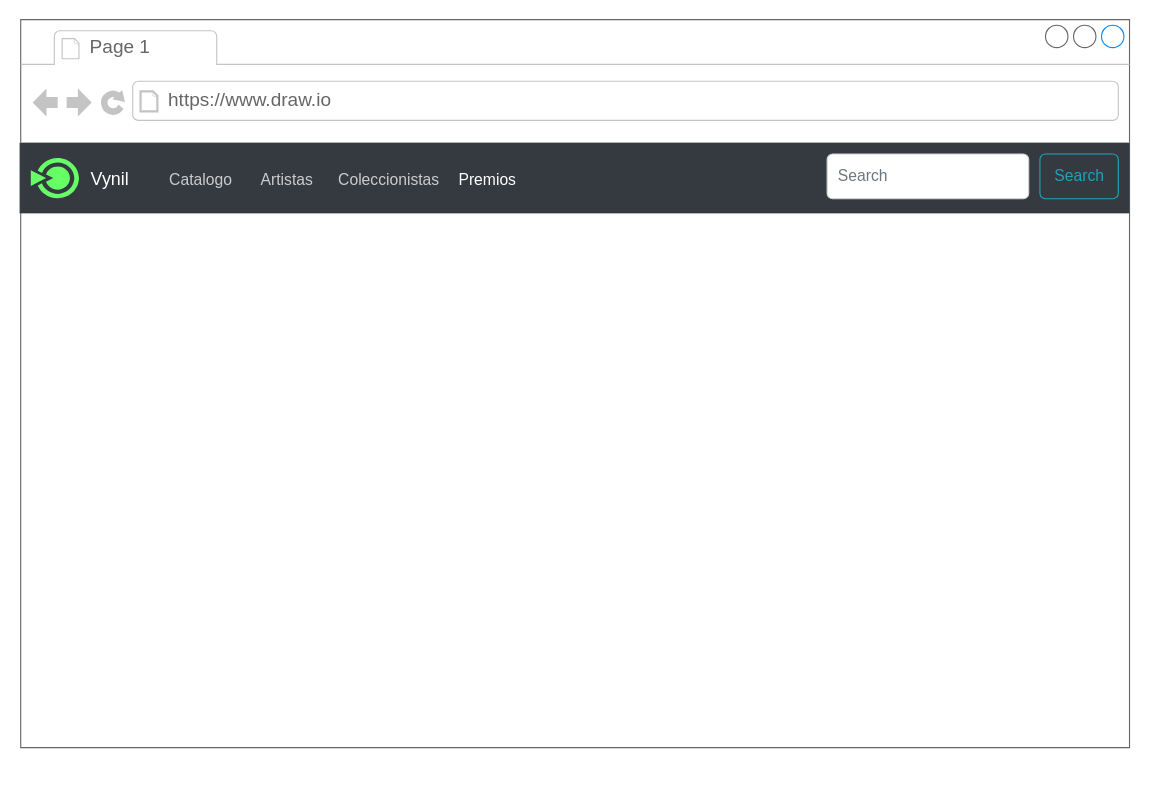
HaroldFuneme/Diagramas keeps this draw.io diagram as DevWeb.drawio. Above is the earlier version. Source tidied: cells renumbered, new cells numbered last; positions are measured from the earlier drawing's top-left corner, leaving out a move shared by most shapes. Both pictures are drawn from the tidied source at 112%, with x=0, y=0 at pixel (19, 19).
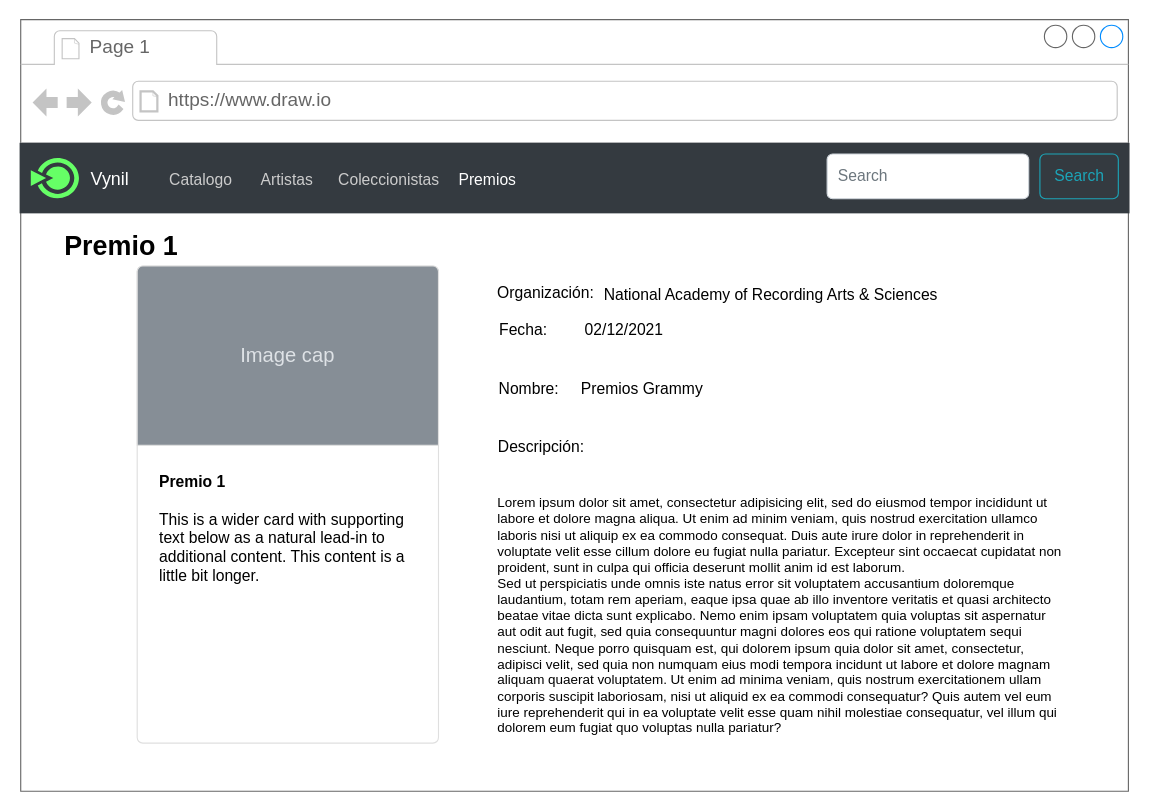
Above is the later version.

What changed in the source:
```diff
@@
     <mxCell id="2" style="strokeWidth=1;shadow=0;dashed=0;align=center;html=1;shape=mxgraph.mockup.containers.browserWindow;rSize=0;strokeColor=#666666;strokeColor2=#008cff;strokeColor3=#c4c4c4;mainText=,;" parent="1" vertex="1">
-      <mxGeometry x="1" width="990" height="650" as="geometry" />
+      <mxGeometry x="1" width="989" height="689" as="geometry" />
     </mxCell>
@@
+    <mxCell id="13" value="&lt;b&gt;Premio 1&lt;/b&gt;&lt;br&gt;&lt;br&gt;This is a wider card with supporting text below as a natural lead-in to additional content. This content is a little bit longer." style="html=1;shadow=0;dashed=0;shape=mxgraph.bootstrap.rrect;rSize=5;strokeColor=#DFDFDF;html=1;whiteSpace=wrap;fillColor=#ffffff;fontColor=#000000;verticalAlign=top;align=left;spacing=20;spacingBottom=0;fontSize=14;spacingTop=160;" parent="2" vertex="1">
+      <mxGeometry x="104" y="220" width="269" height="426" as="geometry" />
+    </mxCell>
+    <mxCell id="14" value="Image cap" style="html=1;shadow=0;dashed=0;shape=mxgraph.bootstrap.topButton;rSize=5;perimeter=none;whiteSpace=wrap;fillColor=#868E96;strokeColor=#DFDFDF;fontColor=#DEE2E6;fontSize=18;" parent="13" vertex="1">
+      <mxGeometry width="269" height="160" relative="1" as="geometry" />
+    </mxCell>
+    <mxCell id="15" value="Premio 1" style="strokeColor=none;fontSize=24;align=center;fillColor=none;fontStyle=1;" parent="2" vertex="1">
+      <mxGeometry x="55" y="189" width="70" height="21" as="geometry" />
+    </mxCell>
+    <mxCell id="16" value="Lorem ipsum dolor sit amet, consectetur adipisicing elit, sed do eiusmod tempor incididunt ut labore et dolore magna aliqua. Ut enim ad minim veniam, quis nostrud exercitation ullamco laboris nisi ut aliquip ex ea commodo consequat. Duis aute irure dolor in reprehenderit in voluptate velit esse cillum dolore eu fugiat nulla pariatur. Excepteur sint occaecat cupidatat non proident, sunt in culpa qui officia deserunt mollit anim id est laborum.&#10;Sed ut perspiciatis unde omnis iste natus error sit voluptatem accusantium doloremque laudantium, totam rem aperiam, eaque ipsa quae ab illo inventore veritatis et quasi architecto beatae vitae dicta sunt explicabo. Nemo enim ipsam voluptatem quia voluptas sit aspernatur aut odit aut fugit, sed quia consequuntur magni dolores eos qui ratione voluptatem sequi nesciunt. Neque porro quisquam est, qui dolorem ipsum quia dolor sit amet, consectetur, adipisci velit, sed quia non numquam eius modi tempora incidunt ut labore et dolore magnam aliquam quaerat voluptatem. Ut enim ad minima veniam, quis nostrum exercitationem ullam corporis suscipit laboriosam, nisi ut aliquid ex ea commodi consequatur? Quis autem vel eum iure reprehenderit qui in ea voluptate velit esse quam nihil molestiae consequatur, vel illum qui dolorem eum fugiat quo voluptas nulla pariatur?" style="text;spacingTop=-5;whiteSpace=wrap;html=1;align=left;fontSize=12;fontFamily=Helvetica;fillColor=none;strokeColor=none;fontColor=#000000;" parent="2" vertex="1">
+      <mxGeometry x="424" y="423" width="511" height="235" as="geometry" />
+    </mxCell>
+    <mxCell id="17" value="Fecha:" style="fillColor=none;strokeColor=none;fontSize=14;align=center;" parent="2" vertex="1">
+      <mxGeometry x="414" y="256" width="70" height="40" as="geometry" />
+    </mxCell>
+    <mxCell id="18" value="02/12/2021" style="fillColor=none;strokeColor=none;fontSize=14;align=center;" parent="2" vertex="1">
+      <mxGeometry x="504" y="256" width="70" height="40" as="geometry" />
+    </mxCell>
+    <mxCell id="19" value="Organización: " style="fillColor=none;strokeColor=none;fontSize=14;align=center;" parent="2" vertex="1">
+      <mxGeometry x="434" y="223" width="70" height="40" as="geometry" />
+    </mxCell>
+    <mxCell id="20" value="Descripción:" style="fillColor=none;strokeColor=none;fontSize=14;align=center;" parent="2" vertex="1">
+      <mxGeometry x="430" y="361" width="70" height="40" as="geometry" />
+    </mxCell>
+    <mxCell id="21" value="Nombre: " style="fillColor=none;strokeColor=none;fontSize=14;align=center;" parent="2" vertex="1">
+      <mxGeometry x="419" y="309" width="70" height="40" as="geometry" />
+    </mxCell>
+    <mxCell id="22" value="Premios Grammy" style="fillColor=none;strokeColor=none;fontSize=14;align=center;" parent="2" vertex="1">
+      <mxGeometry x="520" y="309" width="70" height="40" as="geometry" />
+    </mxCell>
+    <mxCell id="23" value="National Academy of Recording Arts &amp; Sciences" style="fillColor=none;strokeColor=none;fontSize=14;align=center;" parent="2" vertex="1">
+      <mxGeometry x="635" y="225" width="70" height="40" as="geometry" />
+    </mxCell>
```
